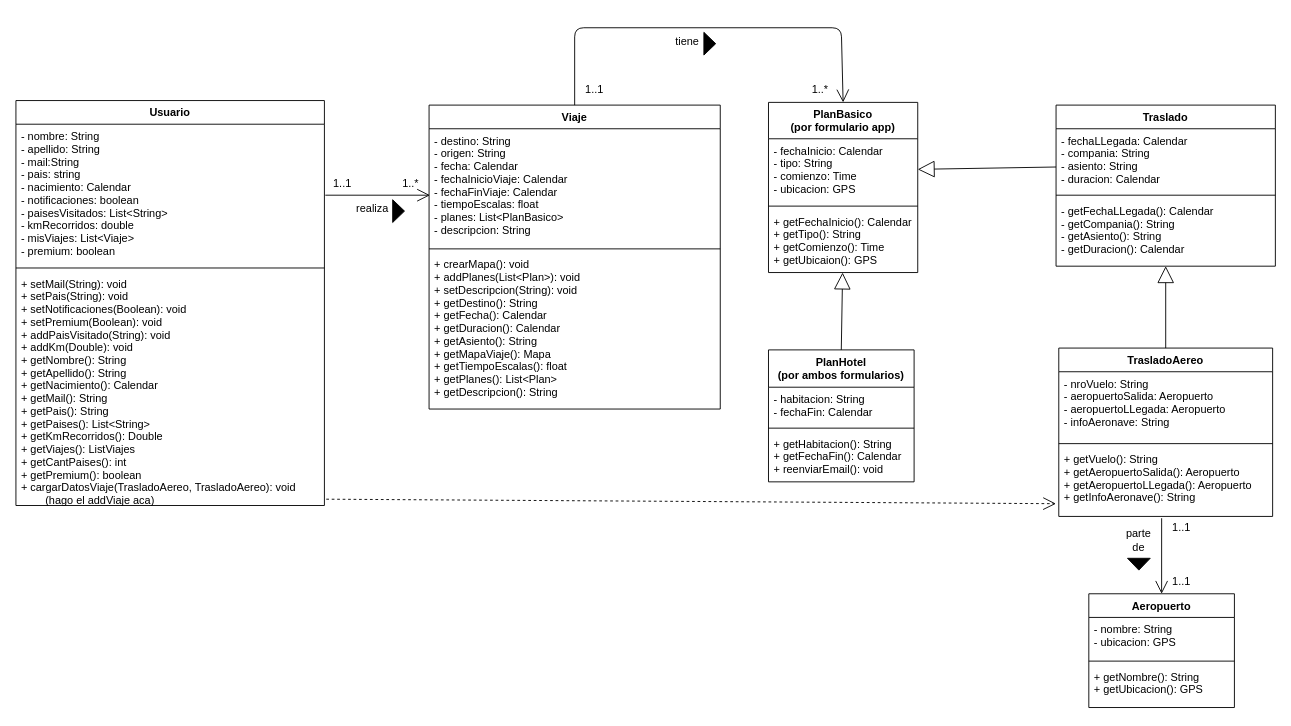
This is DClasesTPE.drawio from maurogalvan/Grupo-13-Metodologia, a draw.io file, before an edit. Source tidied: cells renumbered, new cells numbered last; positions are measured from the earlier drawing's top-left corner, leaving out a move shared by most shapes. Both pictures are drawn from the tidied source at 91%, with x=0, y=0 at pixel (15, 27).
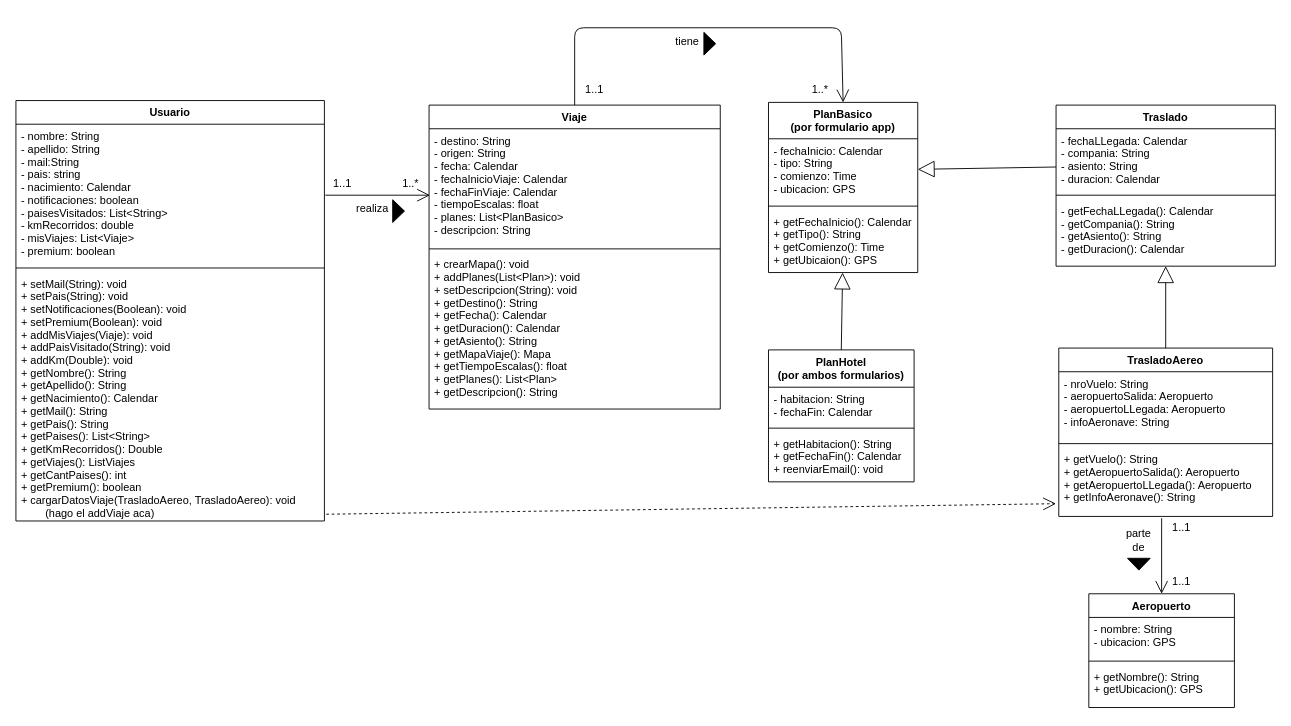
Above is the later version.

The edit, as a diff of the source:
```diff
@@
     <mxCell id="35" value="Usuario" style="swimlane;fontStyle=1;align=center;verticalAlign=top;horizontal=1;startSize=26;" parent="1" vertex="1">
-      <mxGeometry y="80" width="339" height="445" as="geometry" />
+      <mxGeometry y="80" width="339" height="462" as="geometry" />
     </mxCell>
@@
-    <mxCell id="38" value="+ setMail(String): void&#10;+ setPais(String): void&#10;+ setNotificaciones(Boolean): void&#10;+ setPremium(Boolean): void&#10;+ addPaisVisitado(String): void  &#10;+ addKm(Double): void&#10;+ getNombre(): String&#10;+ getApellido(): String&#10;+ getNacimiento(): Calendar&#10;+ getMail(): String&#10;+ getPais(): String&#10;+ getPaises(): List&lt;String&gt;&#10;+ getKmRecorridos(): Double&#10;+ getViajes(): ListViajes&#10;+ getCantPaises(): int&#10;+ getPremium(): boolean&#10;+ cargarDatosViaje(TrasladoAereo, TrasladoAereo): void&#10;        (hago el addViaje aca)&#10;" style="text;strokeColor=none;fillColor=none;align=left;verticalAlign=top;spacingLeft=4;spacingRight=4;overflow=hidden;points=[[0,0.5],[1,0.5]];portConstraint=eastwest;" parent="35" vertex="1">
-      <mxGeometry y="188" width="339" height="257" as="geometry" />
+    <mxCell id="38" value="+ setMail(String): void&#10;+ setPais(String): void&#10;+ setNotificaciones(Boolean): void&#10;+ setPremium(Boolean): void&#10;+ addMisViajes(Viaje): void&#10;+ addPaisVisitado(String): void  &#10;+ addKm(Double): void&#10;+ getNombre(): String&#10;+ getApellido(): String&#10;+ getNacimiento(): Calendar&#10;+ getMail(): String&#10;+ getPais(): String&#10;+ getPaises(): List&lt;String&gt;&#10;+ getKmRecorridos(): Double&#10;+ getViajes(): ListViajes&#10;+ getCantPaises(): int&#10;+ getPremium(): boolean&#10;+ cargarDatosViaje(TrasladoAereo, TrasladoAereo): void&#10;        (hago el addViaje aca)&#10;" style="text;strokeColor=none;fillColor=none;align=left;verticalAlign=top;spacingLeft=4;spacingRight=4;overflow=hidden;points=[[0,0.5],[1,0.5]];portConstraint=eastwest;" parent="35" vertex="1">
+      <mxGeometry y="188" width="339" height="274" as="geometry" />
     </mxCell>
```
